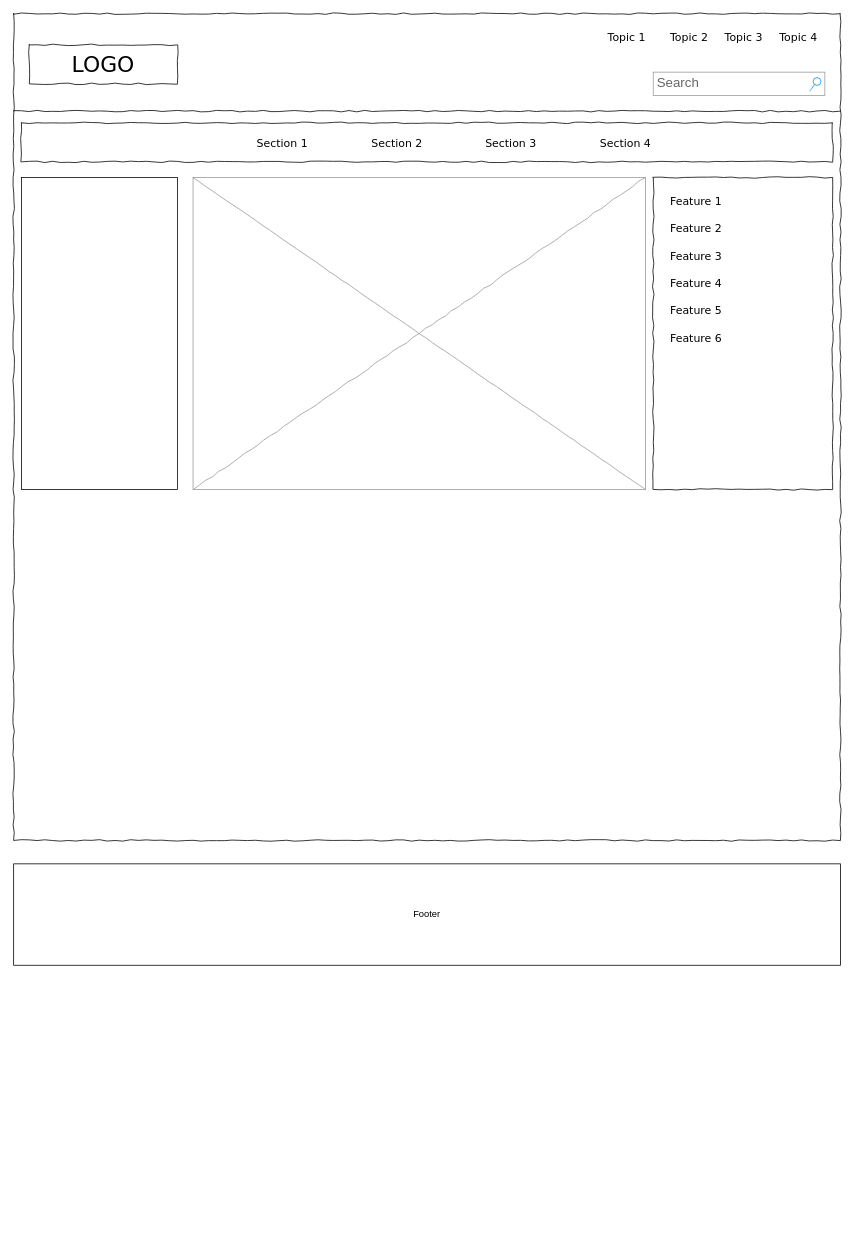
Above: Biểu đồ không có tiêu đề.drawio in Giappp/Test-Project (draw.io), before the change. Source tidied: cells renumbered, new cells numbered last; positions are measured from the earlier drawing's top-left corner, leaving out a move shared by most shapes. Both pictures are drawn from the tidied source at 78%, with x=0, y=0 at pixel (13, 13).
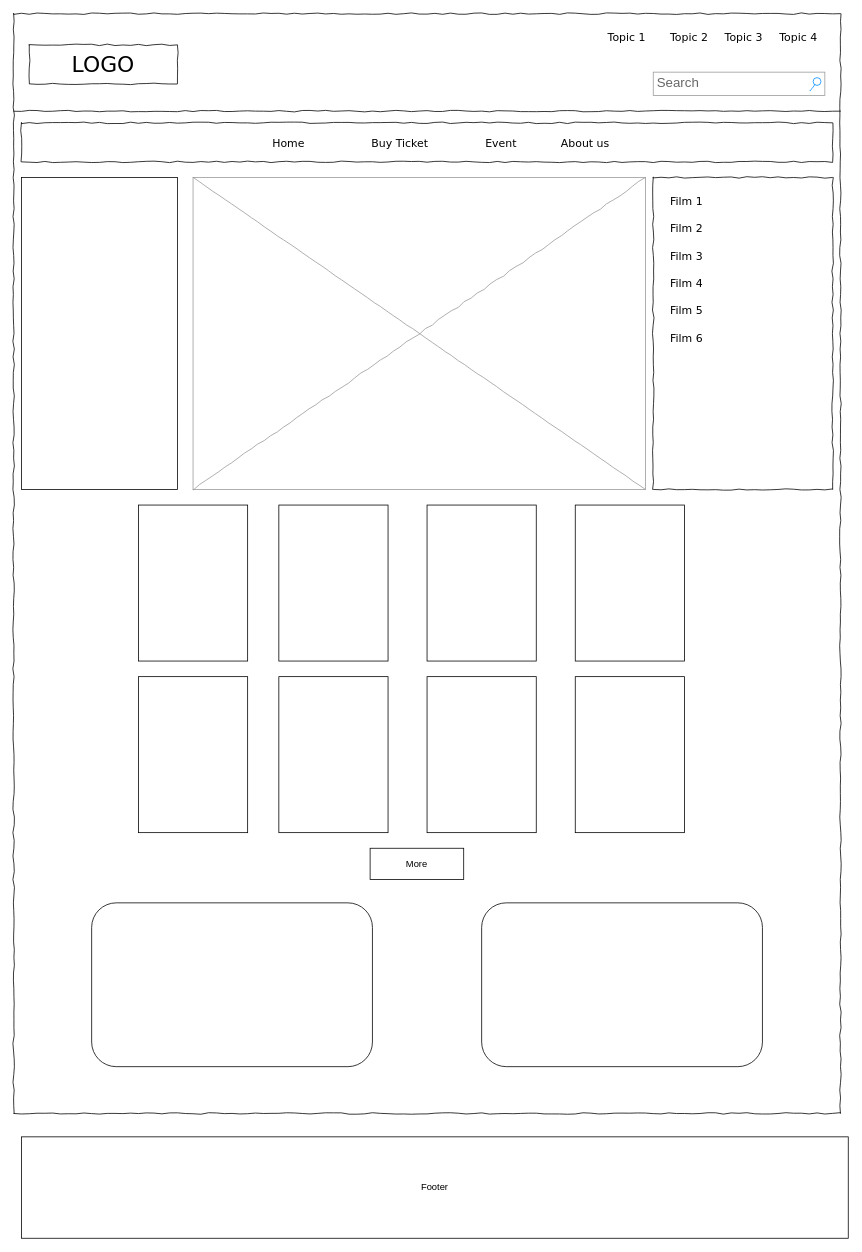
Above is the later version.

The edit, as a diff of the source:
```diff
@@
     <mxCell id="2" style="whiteSpace=wrap;html=1;rounded=0;shadow=0;labelBackgroundColor=none;strokeColor=#000000;strokeWidth=1;fillColor=none;fontFamily=Verdana;fontSize=12;fontColor=#000000;align=center;comic=1;" parent="1" vertex="1">
-      <mxGeometry width="1060" height="1060" as="geometry" />
+      <mxGeometry width="1060" height="1410" as="geometry" />
     </mxCell>
@@
-    <mxCell id="11" value="Section 1" style="text;html=1;align=left;verticalAlign=top;spacingTop=-4;fontSize=14;fontFamily=Verdana;" parent="1" vertex="1">
-      <mxGeometry x="310" y="155" width="60" height="20" as="geometry" />
+    <mxCell id="11" value="Home" style="text;html=1;align=left;verticalAlign=top;spacingTop=-4;fontSize=14;fontFamily=Verdana;" parent="1" vertex="1">
+      <mxGeometry x="330" y="155" width="60" height="20" as="geometry" />
     </mxCell>
-    <mxCell id="12" value="Section 2" style="text;html=1;align=left;verticalAlign=top;spacingTop=-4;fontSize=14;fontFamily=Verdana;" parent="1" vertex="1">
+    <mxCell id="12" value="Buy Ticket" style="text;html=1;align=left;verticalAlign=top;spacingTop=-4;fontSize=14;fontFamily=Verdana;" parent="1" vertex="1">
       <mxGeometry x="457" y="155" width="60" height="20" as="geometry" />
     </mxCell>
-    <mxCell id="13" value="Section 3" style="text;html=1;align=left;verticalAlign=top;spacingTop=-4;fontSize=14;fontFamily=Verdana;" parent="1" vertex="1">
+    <mxCell id="13" value="Event" style="text;html=1;align=left;verticalAlign=top;spacingTop=-4;fontSize=14;fontFamily=Verdana;" parent="1" vertex="1">
       <mxGeometry x="603" y="155" width="60" height="20" as="geometry" />
     </mxCell>
-    <mxCell id="14" value="Section 4" style="text;html=1;align=left;verticalAlign=top;spacingTop=-4;fontSize=14;fontFamily=Verdana;" parent="1" vertex="1">
-      <mxGeometry x="750" y="155" width="60" height="20" as="geometry" />
+    <mxCell id="14" value="About us" style="text;html=1;align=left;verticalAlign=top;spacingTop=-4;fontSize=14;fontFamily=Verdana;" parent="1" vertex="1">
+      <mxGeometry x="700" y="155" width="60" height="20" as="geometry" />
     </mxCell>
@@
-    <mxCell id="17" value="Feature 1" style="text;html=1;align=left;verticalAlign=top;spacingTop=-4;fontSize=14;fontFamily=Verdana;" parent="1" vertex="1">
+    <mxCell id="17" value="Film 1" style="text;html=1;align=left;verticalAlign=top;spacingTop=-4;fontSize=14;fontFamily=Verdana;" parent="1" vertex="1">
       <mxGeometry x="840" y="230" width="170" height="20" as="geometry" />
     </mxCell>
-    <mxCell id="18" value="Feature 2" style="text;html=1;align=left;verticalAlign=top;spacingTop=-4;fontSize=14;fontFamily=Verdana;" parent="1" vertex="1">
+    <mxCell id="18" value="Film 2" style="text;html=1;align=left;verticalAlign=top;spacingTop=-4;fontSize=14;fontFamily=Verdana;" parent="1" vertex="1">
       <mxGeometry x="840" y="265" width="170" height="20" as="geometry" />
     </mxCell>
-    <mxCell id="19" value="Feature 3" style="text;html=1;align=left;verticalAlign=top;spacingTop=-4;fontSize=14;fontFamily=Verdana;" parent="1" vertex="1">
+    <mxCell id="19" value="Film 3" style="text;html=1;align=left;verticalAlign=top;spacingTop=-4;fontSize=14;fontFamily=Verdana;" parent="1" vertex="1">
       <mxGeometry x="840" y="300" width="170" height="20" as="geometry" />
     </mxCell>
-    <mxCell id="20" value="Feature 4" style="text;html=1;align=left;verticalAlign=top;spacingTop=-4;fontSize=14;fontFamily=Verdana;" parent="1" vertex="1">
+    <mxCell id="20" value="Film 4" style="text;html=1;align=left;verticalAlign=top;spacingTop=-4;fontSize=14;fontFamily=Verdana;" parent="1" vertex="1">
       <mxGeometry x="840" y="335" width="170" height="20" as="geometry" />
     </mxCell>
-    <mxCell id="21" value="Feature 5" style="text;html=1;align=left;verticalAlign=top;spacingTop=-4;fontSize=14;fontFamily=Verdana;" parent="1" vertex="1">
+    <mxCell id="21" value="Film 5" style="text;html=1;align=left;verticalAlign=top;spacingTop=-4;fontSize=14;fontFamily=Verdana;" parent="1" vertex="1">
       <mxGeometry x="840" y="370" width="170" height="20" as="geometry" />
     </mxCell>
-    <mxCell id="22" value="Feature 6" style="text;html=1;align=left;verticalAlign=top;spacingTop=-4;fontSize=14;fontFamily=Verdana;" parent="1" vertex="1">
+    <mxCell id="22" value="Film 6" style="text;html=1;align=left;verticalAlign=top;spacingTop=-4;fontSize=14;fontFamily=Verdana;" parent="1" vertex="1">
       <mxGeometry x="840" y="405" width="170" height="20" as="geometry" />
     </mxCell>
     <mxCell id="23" value="Footer" style="rounded=0;whiteSpace=wrap;html=1;" parent="1" vertex="1">
-      <mxGeometry y="1090" width="1060" height="130" as="geometry" />
+      <mxGeometry x="10" y="1440" width="1060" height="130" as="geometry" />
     </mxCell>
@@
+    <mxCell id="25" style="rounded=0;whiteSpace=wrap;html=1;" parent="1" vertex="1">
+      <mxGeometry x="340" y="630" width="140" height="200" as="geometry" />
+    </mxCell>
+    <mxCell id="26" style="rounded=0;whiteSpace=wrap;html=1;" parent="1" vertex="1">
+      <mxGeometry x="530" y="630" width="140" height="200" as="geometry" />
+    </mxCell>
+    <mxCell id="27" style="rounded=0;whiteSpace=wrap;html=1;" parent="1" vertex="1">
+      <mxGeometry x="720" y="630" width="140" height="200" as="geometry" />
+    </mxCell>
+    <mxCell id="28" style="rounded=0;whiteSpace=wrap;html=1;" parent="1" vertex="1">
+      <mxGeometry x="160" y="630" width="140" height="200" as="geometry" />
+    </mxCell>
+    <mxCell id="29" style="rounded=0;whiteSpace=wrap;html=1;" parent="1" vertex="1">
+      <mxGeometry x="340" y="850" width="140" height="200" as="geometry" />
+    </mxCell>
+    <mxCell id="30" style="rounded=0;whiteSpace=wrap;html=1;" parent="1" vertex="1">
+      <mxGeometry x="530" y="850" width="140" height="200" as="geometry" />
+    </mxCell>
+    <mxCell id="31" style="rounded=0;whiteSpace=wrap;html=1;" parent="1" vertex="1">
+      <mxGeometry x="720" y="850" width="140" height="200" as="geometry" />
+    </mxCell>
+    <mxCell id="32" style="rounded=0;whiteSpace=wrap;html=1;" parent="1" vertex="1">
+      <mxGeometry x="160" y="850" width="140" height="200" as="geometry" />
+    </mxCell>
+    <mxCell id="33" value="More" style="rounded=0;whiteSpace=wrap;html=1;" parent="1" vertex="1">
+      <mxGeometry x="457" y="1070" width="120" height="40" as="geometry" />
+    </mxCell>
+    <mxCell id="34" style="rounded=1;whiteSpace=wrap;html=1;" parent="1" vertex="1">
+      <mxGeometry x="100" y="1140" width="360" height="210" as="geometry" />
+    </mxCell>
+    <mxCell id="35" style="rounded=1;whiteSpace=wrap;html=1;" parent="1" vertex="1">
+      <mxGeometry x="600" y="1140" width="360" height="210" as="geometry" />
+    </mxCell>
```
